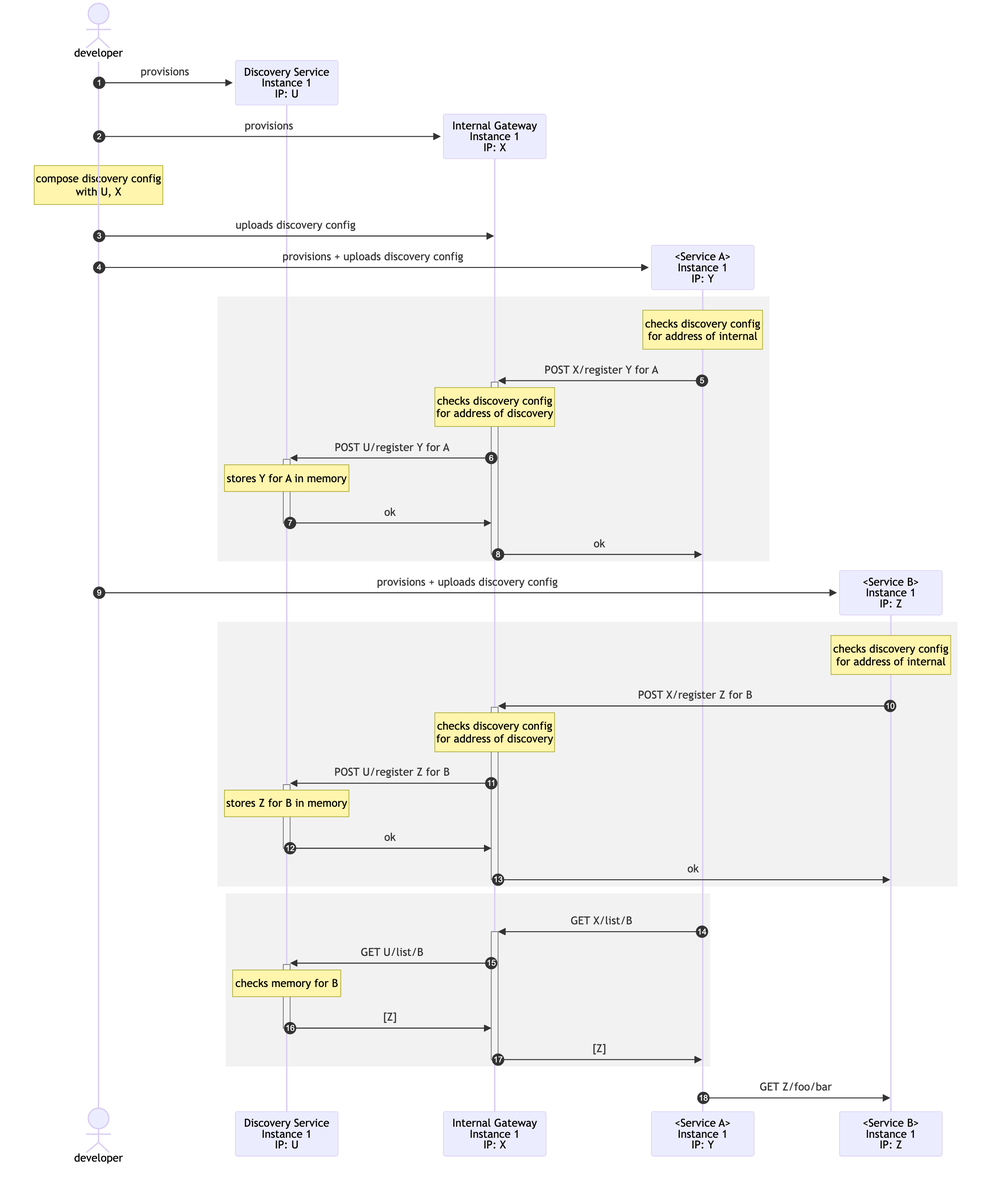
Earlier version of the Mermaid export docs/backend/service-discovery.png (ufukty/logbook). Its source is kept beside it as docs/backend/service-discovery.mmd.
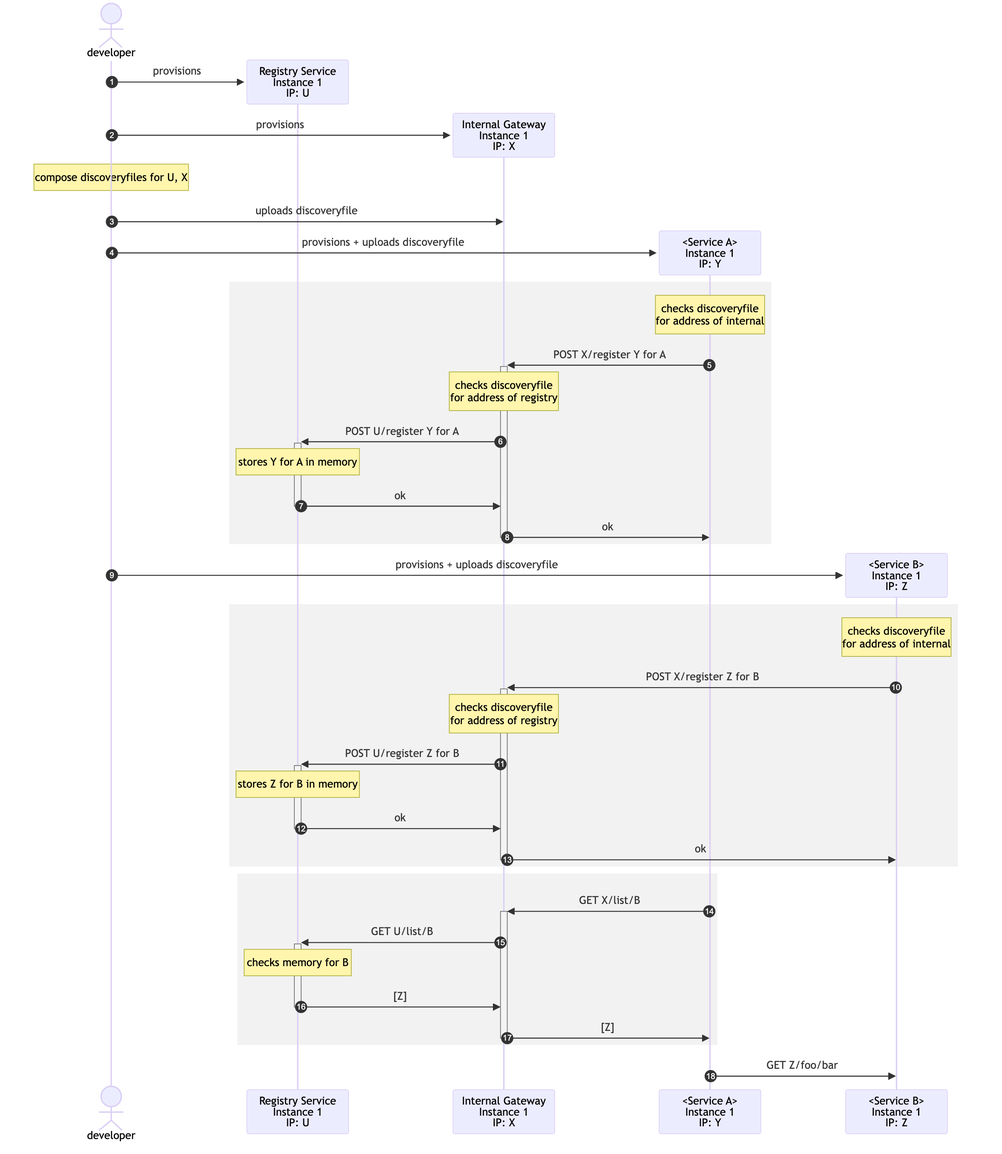
After the commit.

Change to the diagram source:
```diff
@@ -3,23 +3,23 @@
 
 actor l as developer
 
-create participant d as Discovery Service<br>Instance 1<br>IP: U
+create participant d as Registry Service<br>Instance 1<br>IP: U
 l->>d: provisions
 
 create participant i as Internal Gateway<br>Instance 1<br>IP: X
 l->>i: provisions
 
-note over l: compose discovery config<br>with U, X
+note over l: compose discoveryfiles for U, X
 
-l->>i: uploads discovery config
+l->>i: uploads discoveryfile
 
 create participant s1 as <Service A><br>Instance 1<br>IP: Y
-l->>s1: provisions + uploads discovery config
+l->>s1: provisions + uploads discoveryfile
 
 rect rgba(128,128,128,0.1)
-  note over s1: checks discovery config<br>for address of internal
+  note over s1: checks discoveryfile<br>for address of internal
   s1->>+i: POST X/register Y for A
-  note over i: checks discovery config<br>for address of discovery
+  note over i: checks discoveryfile<br>for address of registry
   i->>+d: POST U/register Y for A
   note over d: stores Y for A in memory
   d->>-i: ok
@@ -27,12 +27,12 @@
 end
 
 create participant s2 as <Service B><br>Instance 1<br>IP: Z
-l->>s2: provisions + uploads discovery config
+l->>s2: provisions + uploads discoveryfile
 
 rect rgba(128,128,128,0.1)
-  note over s2: checks discovery config<br>for address of internal
+  note over s2: checks discoveryfile<br>for address of internal
   s2->>+i: POST X/register Z for B
-  note over i: checks discovery config<br>for address of discovery
+  note over i: checks discoveryfile<br>for address of registry
   i->>+d: POST U/register Z for B
   note over d: stores Z for B in memory
   d->>-i: ok
```
